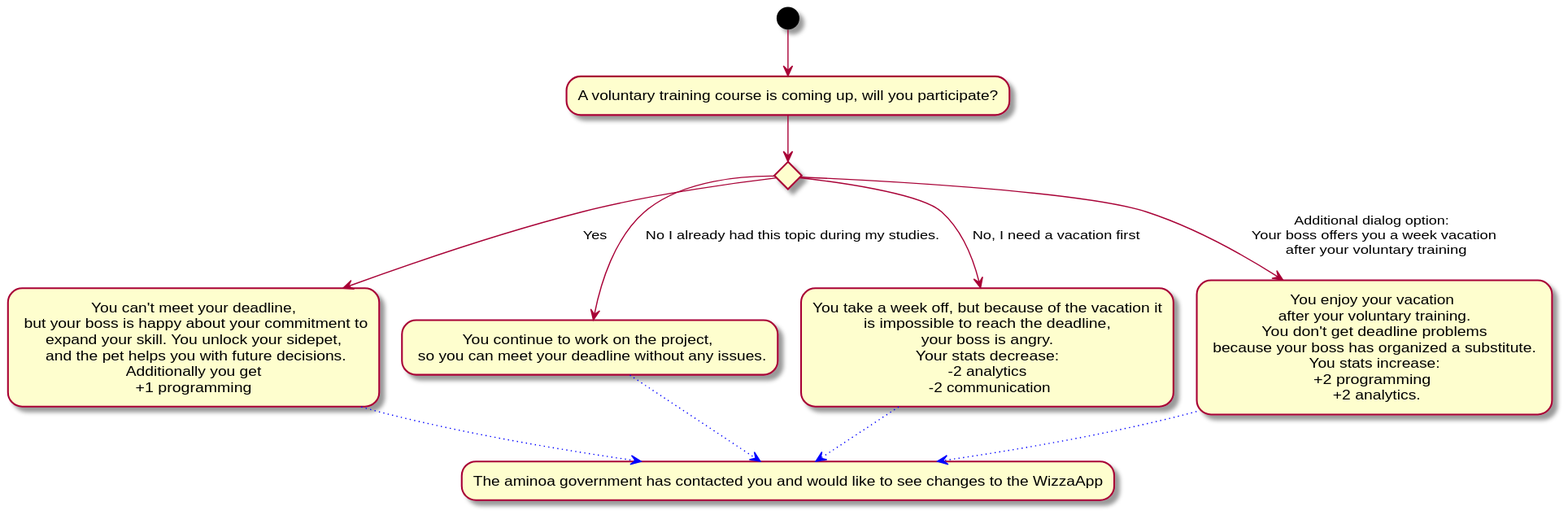
Brotenko/QualityQuest keeps this PlantUML diagram as Docs/Technical Specifications/docs/diagrams/StoryFlow/StoryFlow_Decision_9.svg. Above is the earlier version.
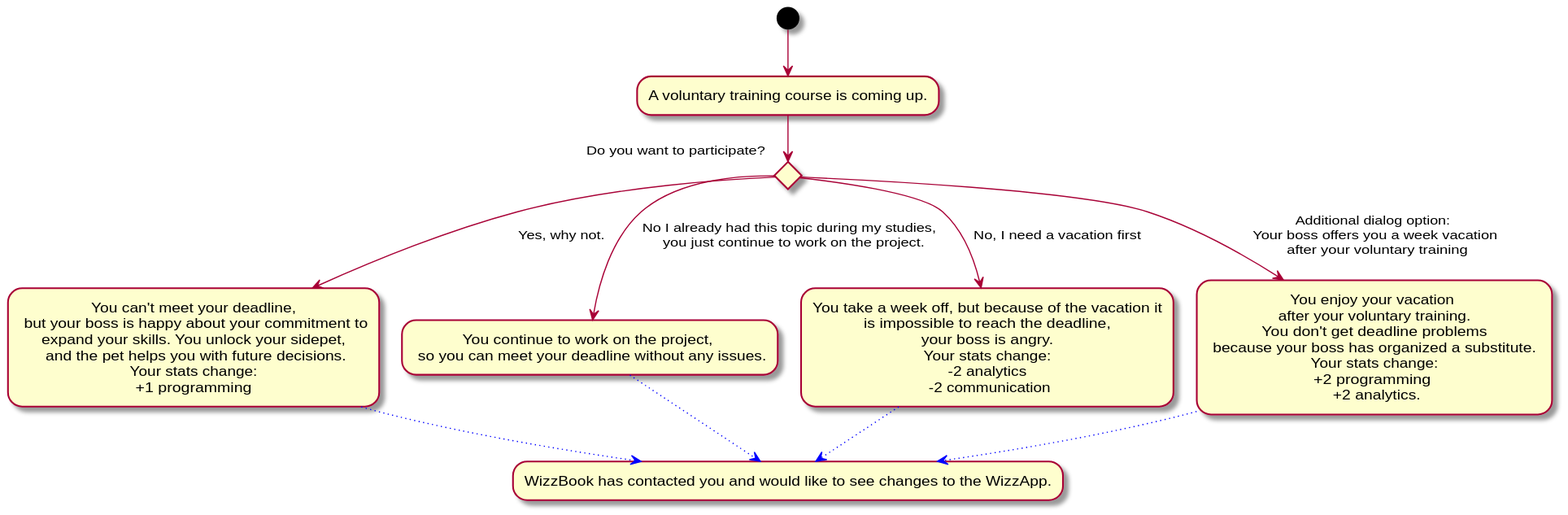
Later version of the same file.

Change to the diagram source:
```diff
@@ -1,17 +1,17 @@
 @startuml
-(*) --> "A voluntary training course is coming up, will you participate?"
+(*) --> "A voluntary training course is coming up."
 
-if "" then
---> [Yes] "You can't meet your deadline,\n but your boss is happy about your commitment to\n expand your skill. You unlock your sidepet, \n and the pet helps you with future decisions.\n Additionally you get \n+1 programming" as a1
+if "Do you want to participate?" then
+--> [Yes, why not.] "You can't meet your deadline,\n but your boss is happy about your commitment to\n expand your skills. You unlock your sidepet, \n and the pet helps you with future decisions.\n Your stats change: \n+1 programming" as participate
 else
---> [No I already had this topic during my studies.] "You continue to work on the project, \n so you can meet your deadline without any issues." as a2
+--> [No I already had this topic during my studies, \n you just continue to work on the project.] "You continue to work on the project, \n so you can meet your deadline without any issues." as keepWorking
 else
---> [No, I need a vacation first] "You take a week off, but because of the vacation it\n is impossible to reach the deadline, \n your boss is angry. \n Your stats decrease: \n -2 analytics \n -2 communication" as a3
+--> [No, I need a vacation first] "You take a week off, but because of the vacation it\n is impossible to reach the deadline, \n your boss is angry. \n Your stats change: \n -2 analytics \n -2 communication" as vacation
 else
---> [Additional dialog option: \n Your boss offers you a week vacation \n after your voluntary training] "You enjoy your vacation \n after your voluntary training. \n You don't get deadline problems \n because your boss has organized a substitute. \n You stats increase: \n+2 programming \n +2 analytics."
+--> [Additional dialog option: \n Your boss offers you a week vacation \n after your voluntary training] "You enjoy your vacation \n after your voluntary training. \n You don't get deadline problems \n because your boss has organized a substitute. \n Your stats change: \n+2 programming \n +2 analytics."
 endif
--[#blue,dotted]-> "The aminoa government has contacted you and would like to see changes to the WizzaApp" as app
-a2 -[#blue,dotted]-> app
-a1 -[#blue,dotted]-> app
-a3 -[#blue,dotted]-> app
+-[#blue,dotted]-> "WizzBook has contacted you and would like to see changes to the WizzApp." as app
+keepWorking -[#blue,dotted]-> app
+participate -[#blue,dotted]-> app
+vacation -[#blue,dotted]-> app
 @enduml
```
